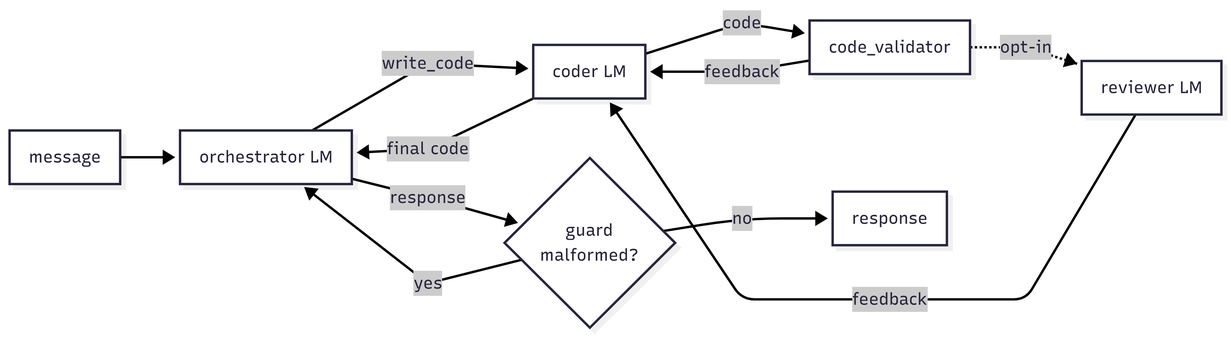
Before: images/engine-agent-as-tool.png, a diagram exported from Mermaid (bilardi/custom-ai-agents). Its source is kept beside it as images/engine-agent-as-tool.mermaid. The source it was exported from:
```mermaid
flowchart LR
  M[message] --> O[orchestrator LM]
  O -->|write_code| C[coder LM]
  C -->|code| V[code_validator]
  V -.->|opt-in| Rv[reviewer LM]
  V -->|feedback| C
  Rv -->|feedback| C
  C -->|final code| O
  O -->|response| G{guard<br>malformed?}
  G -->|yes| O
  G -->|no| Resp[response]
```
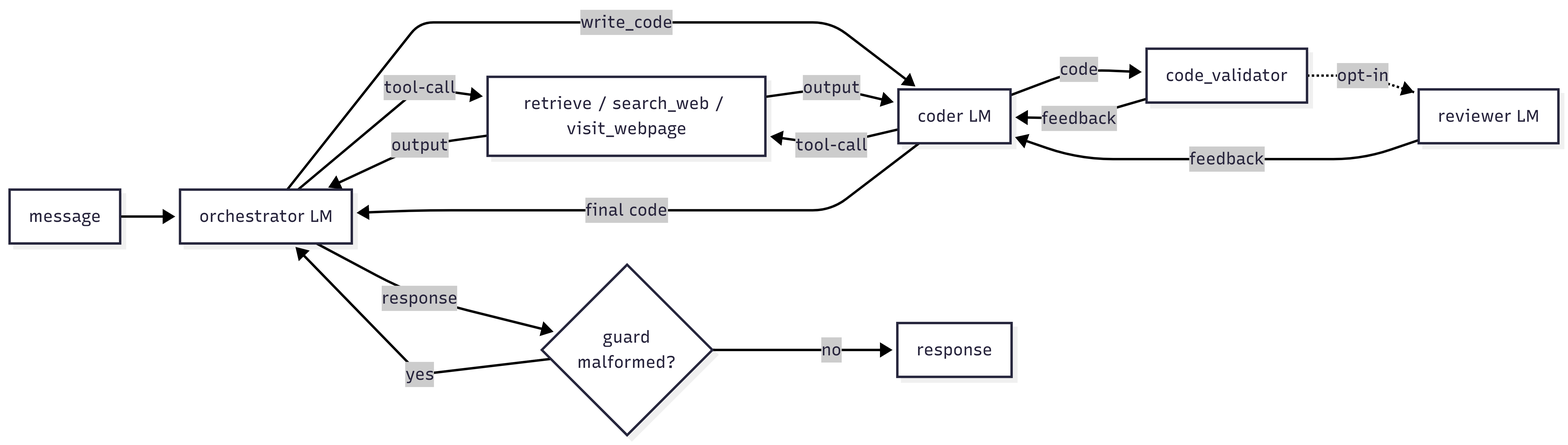
The same diagram one commit later.

Commit message:
docs: refine blog post and engine diagrams

The edit, as a diff of the source:
```diff
@@ -1,6 +1,10 @@
 flowchart LR
   M[message] --> O[orchestrator LM]
+  O -->|tool-call| T[retrieve / search_web / visit_webpage]
+  T -->|output| O
   O -->|write_code| C[coder LM]
+  C -->|tool-call| T
+  T -->|output| C
   C -->|code| V[code_validator]
   V -.->|opt-in| Rv[reviewer LM]
   V -->|feedback| C
```
